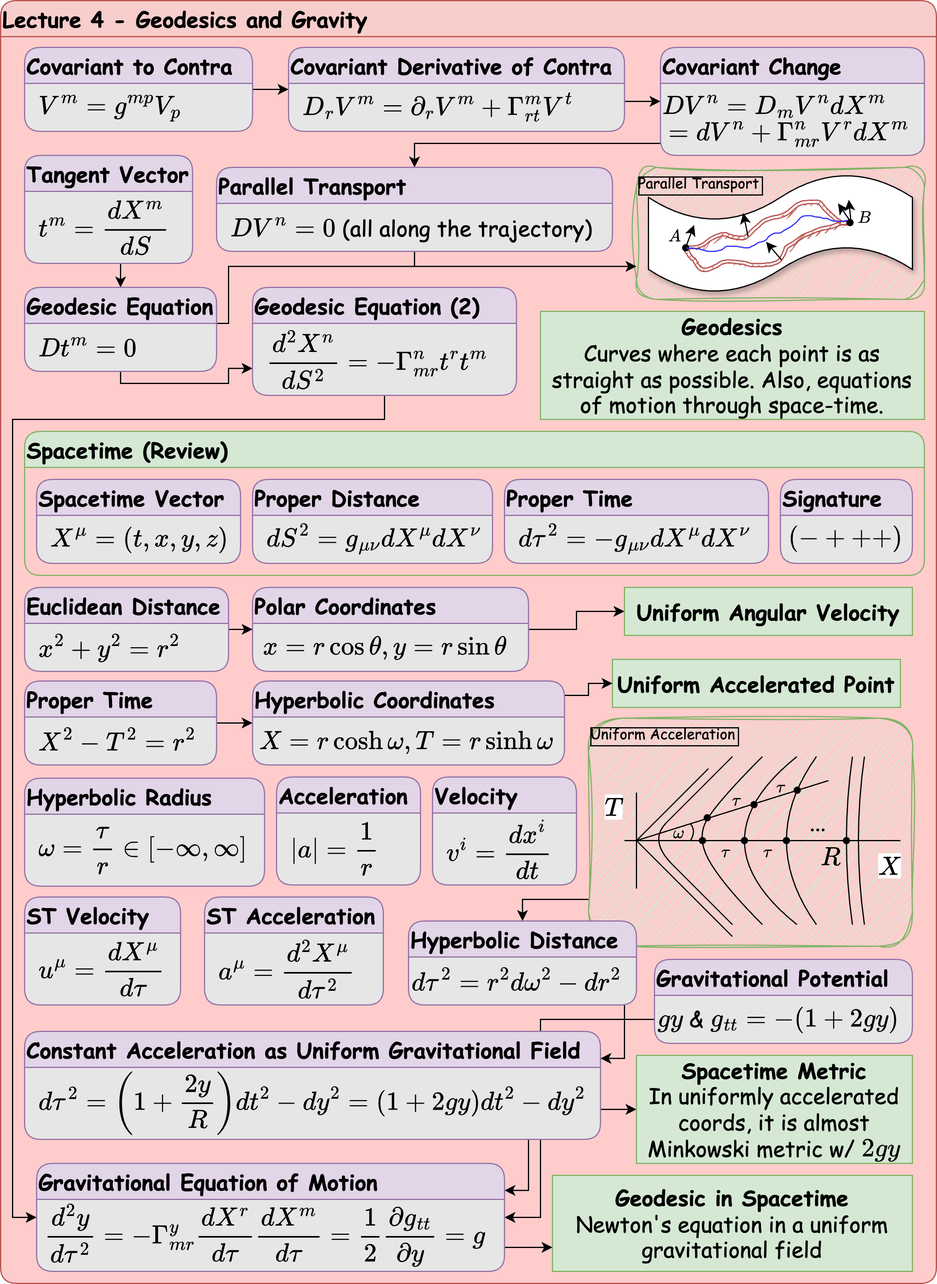
jakee417/jakee417.github.io keeps this draw.io diagram as assets/drawio/B4L4.drawio.png. Above is the earlier version. Source tidied: cells renumbered, new cells last; positions are measured from the earlier drawing's top-left corner, leaving out a move shared by most shapes.
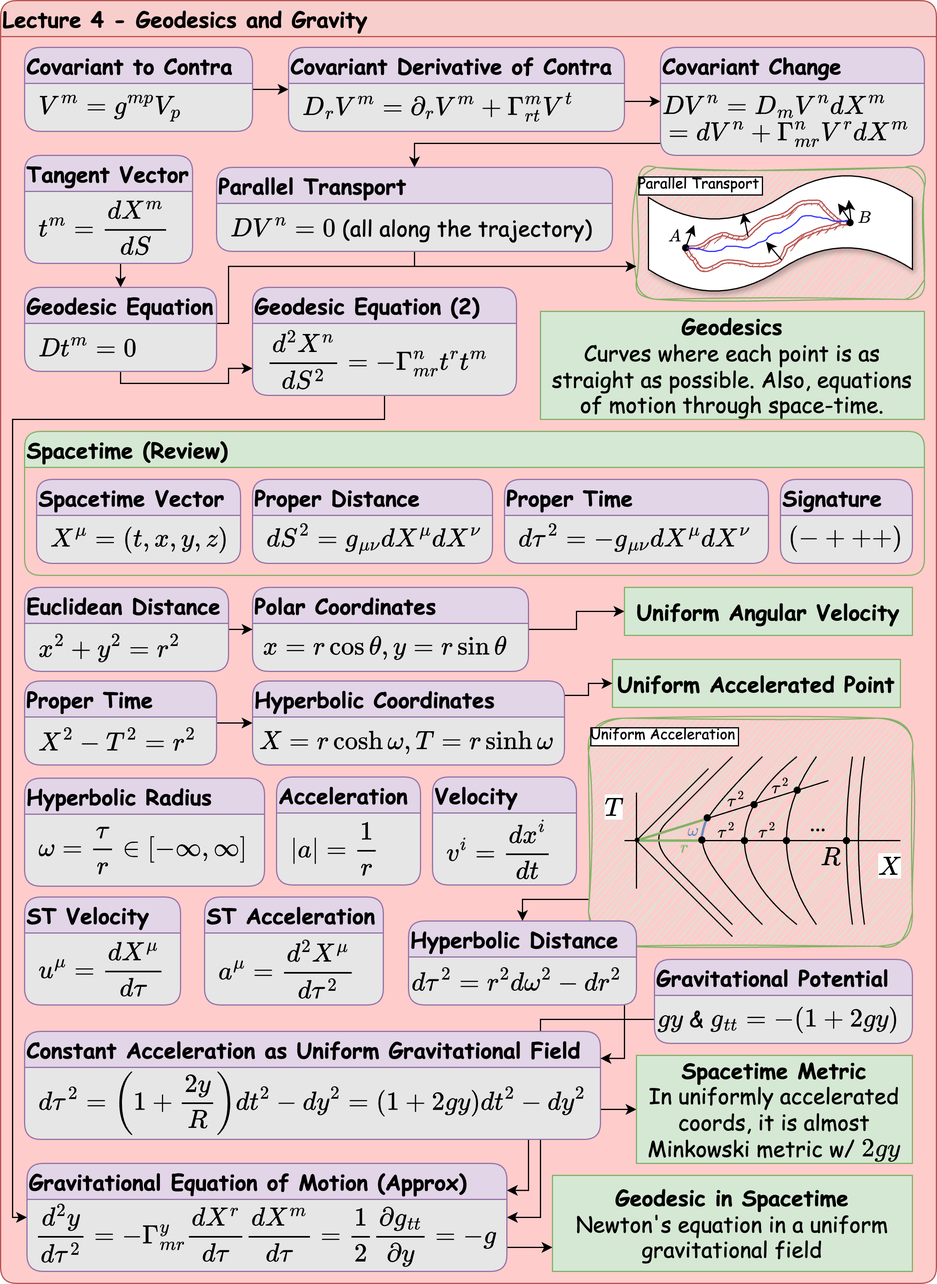
The same diagram one commit later.

What changed in the source:
```diff
@@ -23,10 +23,10 @@
         </Array>
       </mxGeometry>
     </mxCell>
-    <mxCell id="6" value="Uniform Acceleration" style="group;fillColor=#D5E8D4;strokeColor=#82b366;fontFamily=Comic Sans MS;labelBorderColor=default;sketch=1;curveFitting=1;jiggle=2;rounded=1;fontSize=12;align=left;" parent="1" vertex="1">
+    <mxCell id="6" value="Uniform Acceleration" style="group;fillColor=#D5E8D4;strokeColor=#82b366;fontFamily=Comic Sans MS;labelBorderColor=default;sketch=1;curveFitting=1;jiggle=2;rounded=1;fontSize=12;align=left;labelBackgroundColor=#FFFFFF;" parent="1" vertex="1">
       <mxGeometry x="490" y="598" width="270" height="190" as="geometry" />
     </mxCell>
-    <mxCell id="7" value="Parallel Transport" style="group;fillColor=#D5E8D4;strokeColor=#82b366;fontFamily=Comic Sans MS;labelBorderColor=default;sketch=1;curveFitting=1;jiggle=2;rounded=1;fontSize=12;align=left;" parent="1" vertex="1">
+    <mxCell id="7" value="Parallel Transport" style="group;fillColor=#D5E8D4;strokeColor=#82b366;fontFamily=Comic Sans MS;labelBorderColor=default;sketch=1;curveFitting=1;jiggle=2;rounded=1;fontSize=12;align=left;labelBackgroundColor=default;" parent="1" vertex="1">
       <mxGeometry x="530" y="139" width="240" height="110" as="geometry" />
     </mxCell>
     <mxCell id="8" style="edgeStyle=orthogonalEdgeStyle;curved=1;rounded=0;orthogonalLoop=1;jettySize=auto;html=1;entryX=1;entryY=0.25;entryDx=0;entryDy=0;exitX=0;exitY=0;exitDx=0;exitDy=0;" parent="1" edge="1">
@@ -356,18 +356,12 @@
         <mxPoint x="690" y="650" as="targetPoint" />
       </mxGeometry>
     </mxCell>
-    <mxCell id="79" style="shape=waypoint;sketch=0;fillStyle=solid;size=6;fillColor=none;perimeter=centerPerimeter;align=left;verticalAlign=middle;fontFamily=Comic Sans MS;fontSize=18;fontColor=default;" parent="1" vertex="1">
-      <mxGeometry x="579" y="671" width="20" height="20" as="geometry" />
-    </mxCell>
     <mxCell id="80" style="shape=waypoint;sketch=0;fillStyle=solid;size=6;fillColor=none;perimeter=centerPerimeter;align=left;verticalAlign=middle;fontFamily=Comic Sans MS;fontSize=18;fontColor=default;" parent="1" vertex="1">
       <mxGeometry x="618" y="660" width="20" height="20" as="geometry" />
     </mxCell>
     <mxCell id="81" style="shape=waypoint;sketch=0;fillStyle=solid;size=6;fillColor=none;perimeter=centerPerimeter;align=left;verticalAlign=middle;fontFamily=Comic Sans MS;fontSize=18;fontColor=default;" parent="1" vertex="1">
       <mxGeometry x="654" y="648" width="20" height="20" as="geometry" />
     </mxCell>
-    <mxCell id="82" style="shape=waypoint;sketch=0;fillStyle=solid;size=6;fillColor=none;perimeter=centerPerimeter;align=left;verticalAlign=middle;fontFamily=Comic Sans MS;fontSize=18;fontColor=default;" parent="1" vertex="1">
-      <mxGeometry x="575" y="690" width="20" height="20" as="geometry" />
-    </mxCell>
     <mxCell id="83" style="shape=waypoint;sketch=0;fillStyle=solid;size=6;fillColor=none;perimeter=centerPerimeter;align=left;verticalAlign=middle;fontFamily=Comic Sans MS;fontSize=18;fontColor=default;" parent="1" vertex="1">
       <mxGeometry x="610" y="690" width="20" height="20" as="geometry" />
     </mxCell>
@@ -400,27 +394,24 @@
     <mxCell id="88" style="shape=waypoint;sketch=0;fillStyle=solid;size=6;fillColor=none;perimeter=centerPerimeter;align=left;verticalAlign=middle;fontFamily=Comic Sans MS;fontSize=18;fontColor=default;" parent="1" vertex="1">
       <mxGeometry x="695" y="690" width="20" height="20" as="geometry" />
     </mxCell>
-    <mxCell id="89" value="`\tau`" style="text;html=1;align=center;verticalAlign=middle;strokeColor=none;fillColor=none;fontFamily=Comic Sans MS;fontSize=12;fontColor=default;" parent="1" vertex="1">
+    <mxCell id="89" value="`\tau^2`" style="text;html=1;align=center;verticalAlign=middle;strokeColor=none;fillColor=none;fontFamily=Comic Sans MS;fontSize=12;fontColor=default;" parent="1" vertex="1">
       <mxGeometry x="608" y="661" width="10" height="10" as="geometry" />
     </mxCell>
-    <mxCell id="90" value="`\tau`" style="text;html=1;align=center;verticalAlign=middle;strokeColor=none;fillColor=none;fontFamily=Comic Sans MS;fontSize=12;fontColor=default;" parent="1" vertex="1">
+    <mxCell id="90" value="`\tau^2`" style="text;html=1;align=center;verticalAlign=middle;strokeColor=none;fillColor=none;fontFamily=Comic Sans MS;fontSize=12;fontColor=default;" parent="1" vertex="1">
       <mxGeometry x="645" y="650" width="10" height="10" as="geometry" />
     </mxCell>
-    <mxCell id="91" value="`\tau`" style="text;html=1;align=center;verticalAlign=middle;strokeColor=none;fillColor=none;fontFamily=Comic Sans MS;fontSize=12;fontColor=default;" parent="1" vertex="1">
-      <mxGeometry x="599" y="704" width="10" height="10" as="geometry" />
+    <mxCell id="91" value="`\tau^2`" style="text;html=1;align=center;verticalAlign=middle;strokeColor=none;fillColor=none;fontFamily=Comic Sans MS;fontSize=12;fontColor=default;" parent="1" vertex="1">
+      <mxGeometry x="600" y="687" width="10" height="10" as="geometry" />
     </mxCell>
-    <mxCell id="92" value="`\tau`" style="text;html=1;align=center;verticalAlign=middle;strokeColor=none;fillColor=none;fontFamily=Comic Sans MS;fontSize=12;fontColor=default;" parent="1" vertex="1">
-      <mxGeometry x="634" y="704" width="10" height="10" as="geometry" />
+    <mxCell id="92" value="`\tau^2`" style="text;html=1;align=center;verticalAlign=middle;strokeColor=none;fillColor=none;fontFamily=Comic Sans MS;fontSize=12;fontColor=default;" parent="1" vertex="1">
+      <mxGeometry x="634" y="687" width="10" height="10" as="geometry" />
     </mxCell>
-    <mxCell id="93" value="`\omega`" style="text;html=1;align=center;verticalAlign=middle;strokeColor=none;fillColor=none;fontFamily=Comic Sans MS;fontSize=12;fontColor=default;" parent="1" vertex="1">
-      <mxGeometry x="560" y="688" width="10" height="10" as="geometry" />
-    </mxCell>
-    <mxCell id="94" style="curved=1;endArrow=none;html=1;rounded=0;fontFamily=Comic Sans MS;fontSize=18;fontColor=default;startFill=0;" parent="1" edge="1">
+    <mxCell id="94" style="curved=1;endArrow=none;html=1;rounded=0;fontFamily=Comic Sans MS;fontSize=18;fontColor=default;startFill=0;fillColor=#dae8fc;strokeColor=#6c8ebf;strokeWidth=2;flowAnimation=0;shadow=0;" parent="1" edge="1">
       <mxGeometry relative="1" as="geometry">
-        <mxPoint x="575" y="700" as="sourcePoint" />
-        <mxPoint x="575" y="686" as="targetPoint" />
+        <mxPoint x="584" y="700" as="sourcePoint" />
+        <mxPoint x="589" y="681" as="targetPoint" />
         <Array as="points">
-          <mxPoint x="580" y="692" />
+          <mxPoint x="585" y="690" />
         </Array>
       </mxGeometry>
     </mxCell>
@@ -493,10 +484,10 @@
         </Array>
       </mxGeometry>
     </mxCell>
-    <mxCell id="112" value="Gravitational Equation of Motion" style="swimlane;fontFamily=Comic Sans MS;fontSize=18;align=left;fillColor=#e1d5e7;strokeColor=#9673a6;fillStyle=auto;rounded=1;startSize=30;swimlaneFillColor=#E6E6E6;enumerate=0;comic=0;fixedWidth=1;movableLabel=0;backgroundOutline=0;" parent="1" vertex="1">
-      <mxGeometry x="30" y="969" width="390" height="90" as="geometry" />
+    <mxCell id="112" value="Gravitational Equation of Motion (Approx)" style="swimlane;fontFamily=Comic Sans MS;fontSize=18;align=left;fillColor=#e1d5e7;strokeColor=#9673a6;fillStyle=auto;rounded=1;startSize=30;swimlaneFillColor=#E6E6E6;enumerate=0;comic=0;fixedWidth=1;movableLabel=0;backgroundOutline=0;" parent="1" vertex="1">
+      <mxGeometry x="22" y="969" width="400" height="90" as="geometry" />
     </mxCell>
-    <mxCell id="113" value="`\frac{d^2y}{d\tau^2} = -\Gamma_{m r}^y \frac{dX^r}{d\tau} \frac{dX^m}{d\tau} = \frac{1}{2}\frac{\partial g_{t t}}{\partial y} = g`" style="text;html=1;align=left;verticalAlign=middle;strokeColor=none;fillColor=none;fontSize=18;fontFamily=Comic Sans MS;overflow=visible;autosizeGrid=1;backgroundOutline=0;" parent="112" vertex="1">
+    <mxCell id="113" value="`\frac{d^2y}{d\tau^2} = -\Gamma_{m r}^y \frac{dX^r}{d\tau} \frac{dX^m}{d\tau} = \frac{1}{2}\frac{\partial g_{t t}}{\partial y} = -g`" style="text;html=1;align=left;verticalAlign=middle;strokeColor=none;fillColor=none;fontSize=18;fontFamily=Comic Sans MS;overflow=visible;autosizeGrid=1;backgroundOutline=0;" parent="112" vertex="1">
       <mxGeometry x="5" y="40" width="380" height="40" as="geometry" />
     </mxCell>
     <mxCell id="114" value="Gravitational Potential" style="swimlane;fontFamily=Comic Sans MS;fontSize=18;align=left;fillColor=#e1d5e7;strokeColor=#9673a6;fillStyle=auto;rounded=1;startSize=30;swimlaneFillColor=#E6E6E6;enumerate=0;comic=0;fixedWidth=1;movableLabel=0;backgroundOutline=0;shadow=0;" parent="1" vertex="1">
@@ -511,5 +502,32 @@
     <mxCell id="117" value="&lt;b&gt;Geodesic in Spacetime&lt;/b&gt;&lt;div&gt;Newton's equation in a uniform gravitational field&lt;/div&gt;" style="text;strokeColor=#82b366;align=center;fillColor=#d5e8d4;html=1;verticalAlign=middle;whiteSpace=wrap;rounded=0;fontFamily=Comic Sans MS;fontSize=18;fontColor=default;" parent="1" vertex="1">
       <mxGeometry x="460" y="979" width="300" height="80" as="geometry" />
     </mxCell>
+    <mxCell id="118" style="endArrow=none;html=1;rounded=0;fillColor=#d5e8d4;strokeColor=#82b366;strokeWidth=2;" parent="1" edge="1">
+      <mxGeometry relative="1" as="geometry">
+        <mxPoint x="531" y="700" as="sourcePoint" />
+        <mxPoint x="584" y="700" as="targetPoint" />
+      </mxGeometry>
+    </mxCell>
+    <mxCell id="119" value="`r`" style="text;html=1;align=center;verticalAlign=middle;fontFamily=Comic Sans MS;fontSize=12;labelBackgroundColor=none;fontColor=#82B366;" parent="1" vertex="1">
+      <mxGeometry x="565" y="700" width="10" height="10" as="geometry" />
+    </mxCell>
+    <mxCell id="93" value="`\omega`" style="text;html=1;align=center;verticalAlign=middle;fontFamily=Comic Sans MS;fontSize=12;fontColor=#6C8EBF;" parent="1" vertex="1">
+      <mxGeometry x="568" y="684" width="18" height="14" as="geometry" />
+    </mxCell>
+    <mxCell id="82" style="shape=waypoint;sketch=0;fillStyle=solid;size=6;fillColor=none;perimeter=centerPerimeter;align=left;verticalAlign=middle;fontFamily=Comic Sans MS;fontSize=18;fontColor=default;" parent="1" vertex="1">
+      <mxGeometry x="577" y="694" width="15" height="11" as="geometry" />
+    </mxCell>
+    <mxCell id="120" style="endArrow=none;html=1;rounded=0;fontFamily=Comic Sans MS;fontSize=18;fontColor=default;fillColor=#d5e8d4;strokeColor=#82b366;strokeWidth=2;" parent="1" edge="1">
+      <mxGeometry relative="1" as="geometry">
+        <mxPoint x="530" y="700" as="sourcePoint" />
+        <mxPoint x="588" y="682" as="targetPoint" />
+      </mxGeometry>
+    </mxCell>
+    <mxCell id="79" style="shape=waypoint;sketch=0;fillStyle=solid;size=6;fillColor=none;perimeter=centerPerimeter;align=left;verticalAlign=middle;fontFamily=Comic Sans MS;fontSize=18;fontColor=default;" parent="1" vertex="1">
+      <mxGeometry x="579" y="671" width="20" height="20" as="geometry" />
+    </mxCell>
+    <mxCell id="121" style="shape=waypoint;sketch=0;fillStyle=solid;size=6;fillColor=none;perimeter=centerPerimeter;align=left;verticalAlign=middle;fontFamily=Comic Sans MS;fontSize=18;fontColor=default;strokeWidth=0;" parent="1" vertex="1">
+      <mxGeometry x="523" y="694" width="15" height="11" as="geometry" />
+    </mxCell>
   </root>
 </mxGraphModel>
```
